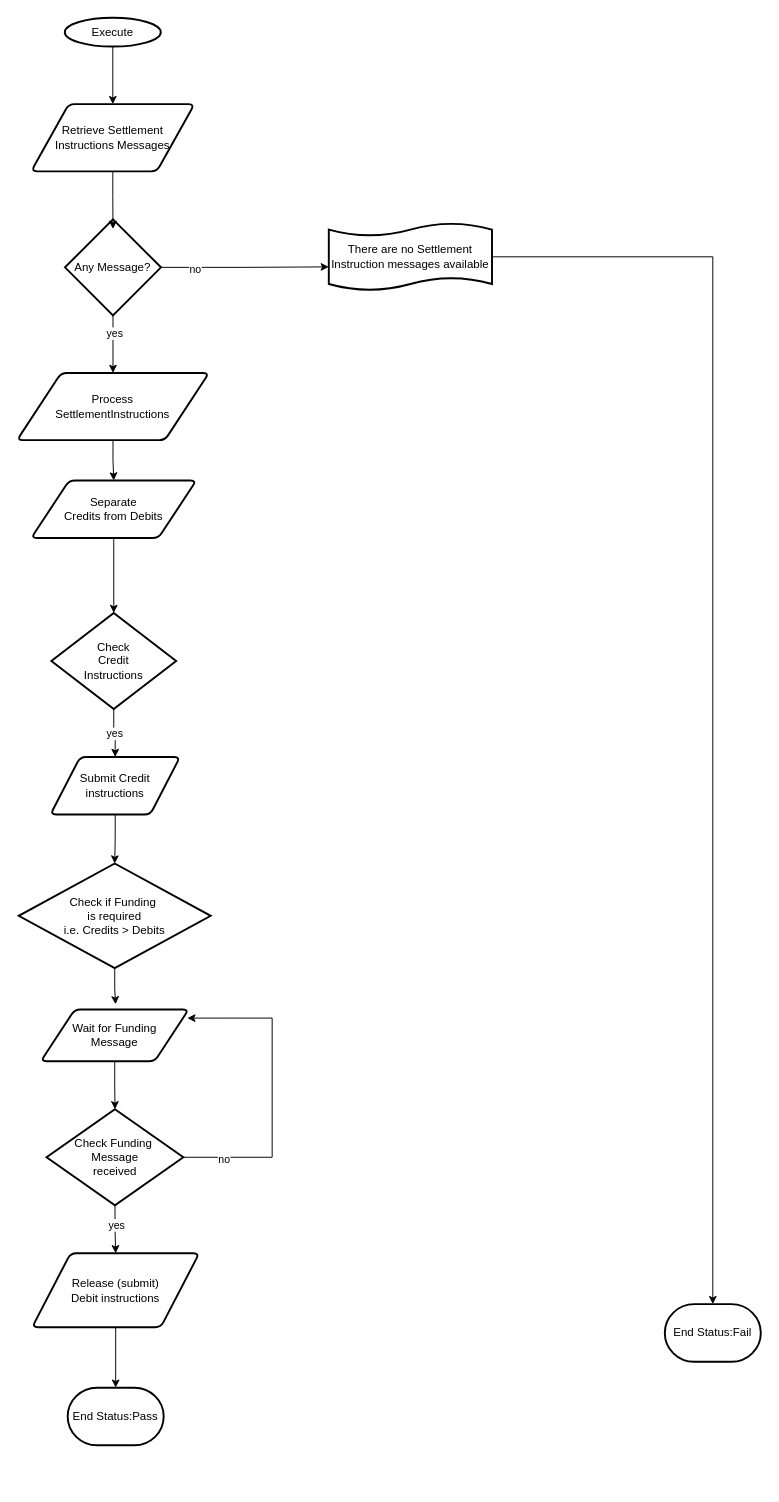
ByMadiba/Sandbox keeps this draw.io diagram as page "Overview" (1 of 2) of SettlementInstructions.drawio. Above is the earlier version. Source tidied: cells renumbered, new cells numbered last; positions are measured from the earlier drawing's top-left corner, leaving out a move shared by most shapes. Both pictures are drawn from the tidied source at 96%, with x=0, y=0 at pixel (16, 17).
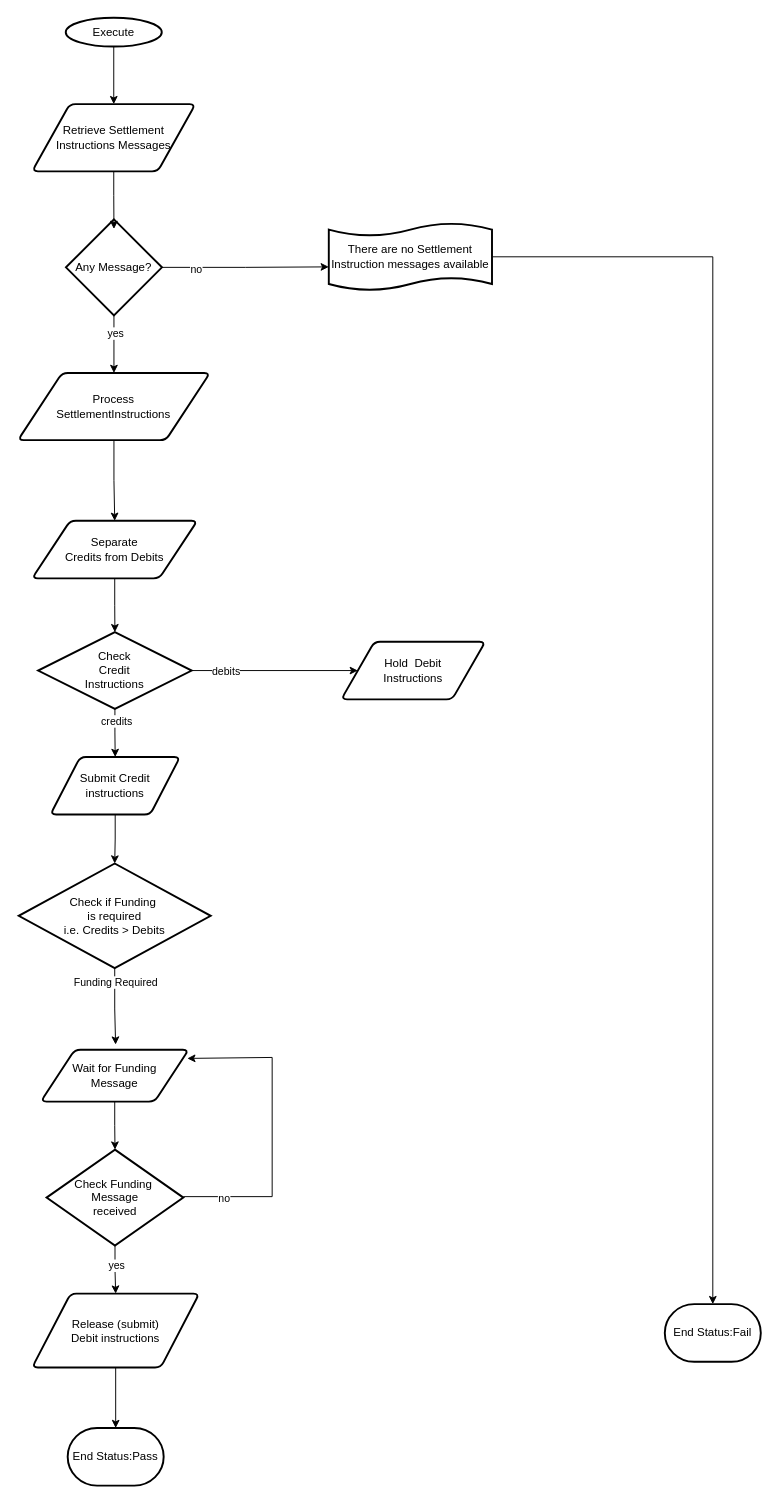
Above is the later version.

Unchanged cells that the change refers to:
```xml
<mxCell id="19" value="Submit Credit&lt;br&gt;instructions" style="shape=parallelogram;html=1;strokeWidth=2;perimeter=parallelogramPerimeter;whiteSpace=wrap;rounded=1;arcSize=12;size=0.23;" parent="1" vertex="1">
  <mxGeometry x="35" y="770" width="135" height="60" as="geometry" />
</mxCell>
<mxCell id="34" style="edgeStyle=orthogonalEdgeStyle;rounded=0;jettySize=auto;html=1;entryX=0.506;entryY=-0.1;entryDx=0;entryDy=0;entryPerimeter=0;" parent="1" edge="1" source="20" target="33">
  <mxGeometry relative="1" as="geometry" />
</mxCell>
```

What changed in the source:
```diff
@@
     <mxCell id="3" value="Execute" style="strokeWidth=2;html=1;shape=mxgraph.flowchart.start_1;whiteSpace=wrap;" parent="1" vertex="1">
-      <mxGeometry x="50" width="100" height="30" as="geometry" />
+      <mxGeometry x="51" width="100" height="30" as="geometry" />
     </mxCell>
     <mxCell id="4" value="Retrieve Settlement Instructions Messages" style="shape=parallelogram;html=1;strokeWidth=2;perimeter=parallelogramPerimeter;whiteSpace=wrap;rounded=1;arcSize=12;size=0.23;" parent="1" vertex="1">
-      <mxGeometry x="15" y="90" width="170" height="70" as="geometry" />
+      <mxGeometry x="16" y="90" width="170" height="70" as="geometry" />
     </mxCell>
@@
     <mxCell id="9" value="Any Message?" style="strokeWidth=2;html=1;shape=mxgraph.flowchart.decision;whiteSpace=wrap;" parent="1" vertex="1">
-      <mxGeometry x="50.2" y="210" width="100" height="100" as="geometry" />
+      <mxGeometry x="51.2" y="210" width="100" height="100" as="geometry" />
     </mxCell>
@@
     <mxCell id="13" value="Process&lt;br&gt;SettlementInstructions" style="shape=parallelogram;html=1;strokeWidth=2;perimeter=parallelogramPerimeter;whiteSpace=wrap;rounded=1;arcSize=12;size=0.23;" parent="1" vertex="1">
-      <mxGeometry x="0.2" y="370" width="200" height="70" as="geometry" />
+      <mxGeometry x="1.2" y="370" width="200" height="70" as="geometry" />
     </mxCell>
@@
-    <mxCell id="15" style="edgeStyle=orthogonalEdgeStyle;rounded=0;jettySize=auto;html=1;" parent="1" edge="1" source="17" target="19">
-      <mxGeometry relative="1" as="geometry" />
-    </mxCell>
-    <mxCell id="16" value="yes" style="edgeLabel;html=1;align=center;verticalAlign=middle;" parent="15" vertex="1">
-      <mxGeometry x="-0.03" relative="1" as="geometry" />
-    </mxCell>
-    <mxCell id="17" value="Check&lt;br&gt;Credit&lt;br&gt;Instructions" style="strokeWidth=2;html=1;shape=mxgraph.flowchart.decision;whiteSpace=wrap;" parent="1" vertex="1">
-      <mxGeometry x="36" y="620" width="130" height="100" as="geometry" />
-    </mxCell>
@@
     <mxCell id="23" style="edgeStyle=orthogonalEdgeStyle;rounded=0;jettySize=auto;html=1;entryX=0.991;entryY=0.167;entryDx=0;entryDy=0;entryPerimeter=0;" parent="1" edge="1" source="25" target="33">
       <mxGeometry relative="1" as="geometry">
         <Array as="points">
-          <mxPoint x="266" y="1187" />
-          <mxPoint x="266" y="1042" />
+          <mxPoint x="266" y="1228" />
+          <mxPoint x="266" y="1083" />
         </Array>
       </mxGeometry>
     </mxCell>
@@
     <mxCell id="25" value="Check Funding&amp;nbsp;&lt;br&gt;Message&lt;br&gt;received" style="strokeWidth=2;html=1;shape=mxgraph.flowchart.decision;whiteSpace=wrap;" parent="1" vertex="1">
-      <mxGeometry x="31" y="1137" width="142.5" height="100" as="geometry" />
+      <mxGeometry x="31" y="1179" width="142.5" height="100" as="geometry" />
     </mxCell>
@@
     <mxCell id="27" value="Release (submit)&lt;br&gt;Debit instructions" style="shape=parallelogram;html=1;strokeWidth=2;perimeter=parallelogramPerimeter;whiteSpace=wrap;rounded=1;arcSize=12;size=0.23;" parent="1" vertex="1">
-      <mxGeometry x="16" y="1287" width="174" height="77" as="geometry" />
+      <mxGeometry x="16" y="1329" width="174" height="77" as="geometry" />
     </mxCell>
     <mxCell id="28" value="End Status:Pass" style="strokeWidth=2;html=1;shape=mxgraph.flowchart.terminator;whiteSpace=wrap;" parent="1" vertex="1">
-      <mxGeometry x="53" y="1427" width="100" height="60" as="geometry" />
+      <mxGeometry x="53" y="1469" width="100" height="60" as="geometry" />
     </mxCell>
@@
     <mxCell id="31" value="Separate &lt;br&gt;Credits from&amp;nbsp;Debits" style="shape=parallelogram;html=1;strokeWidth=2;perimeter=parallelogramPerimeter;whiteSpace=wrap;rounded=1;arcSize=12;size=0.23;" parent="1" vertex="1">
-      <mxGeometry x="15" y="482" width="172" height="60" as="geometry" />
+      <mxGeometry x="16" y="524" width="172" height="60" as="geometry" />
     </mxCell>
@@
     <mxCell id="33" value="Wait for Funding &lt;br&gt;Message" style="shape=parallelogram;html=1;strokeWidth=2;perimeter=parallelogramPerimeter;whiteSpace=wrap;rounded=1;arcSize=12;size=0.23;" parent="1" vertex="1">
-      <mxGeometry x="25" y="1033" width="154" height="54" as="geometry" />
+      <mxGeometry x="25" y="1075" width="154" height="54" as="geometry" />
     </mxCell>
@@
+    <mxCell id="35" value="Funding Required" style="edgeLabel;html=1;align=center;verticalAlign=middle;" parent="34" vertex="1">
+      <mxGeometry x="-0.65" relative="1" as="geometry" />
+    </mxCell>
+    <mxCell id="15" style="edgeStyle=orthogonalEdgeStyle;rounded=0;jettySize=auto;html=1;" parent="1" edge="1" source="17" target="19">
+      <mxGeometry relative="1" as="geometry" />
+    </mxCell>
+    <mxCell id="36" value="credits" style="edgeLabel;html=1;align=center;verticalAlign=middle;" parent="15" vertex="1">
+      <mxGeometry x="-0.54" y="1" relative="1" as="geometry" />
+    </mxCell>
+    <mxCell id="37" style="edgeStyle=orthogonalEdgeStyle;rounded=0;jettySize=auto;html=1;entryX=0;entryY=0.5;entryDx=0;entryDy=0;" parent="1" edge="1" source="17" target="39">
+      <mxGeometry relative="1" as="geometry" />
+    </mxCell>
+    <mxCell id="38" value="debits" style="edgeLabel;html=1;align=center;verticalAlign=middle;" parent="37" vertex="1">
+      <mxGeometry x="-0.59" relative="1" as="geometry" />
+    </mxCell>
+    <mxCell id="17" value="Check&lt;br&gt;Credit&lt;br&gt;Instructions" style="strokeWidth=2;html=1;shape=mxgraph.flowchart.decision;whiteSpace=wrap;" parent="1" vertex="1">
+      <mxGeometry x="22.2" y="640" width="160" height="80" as="geometry" />
+    </mxCell>
+    <mxCell id="39" value="Hold&amp;nbsp; Debit&lt;br&gt;Instructions" style="shape=parallelogram;html=1;strokeWidth=2;perimeter=parallelogramPerimeter;whiteSpace=wrap;rounded=1;arcSize=12;size=0.23;" parent="1" vertex="1">
+      <mxGeometry x="338" y="650" width="150" height="60" as="geometry" />
+    </mxCell>
```
